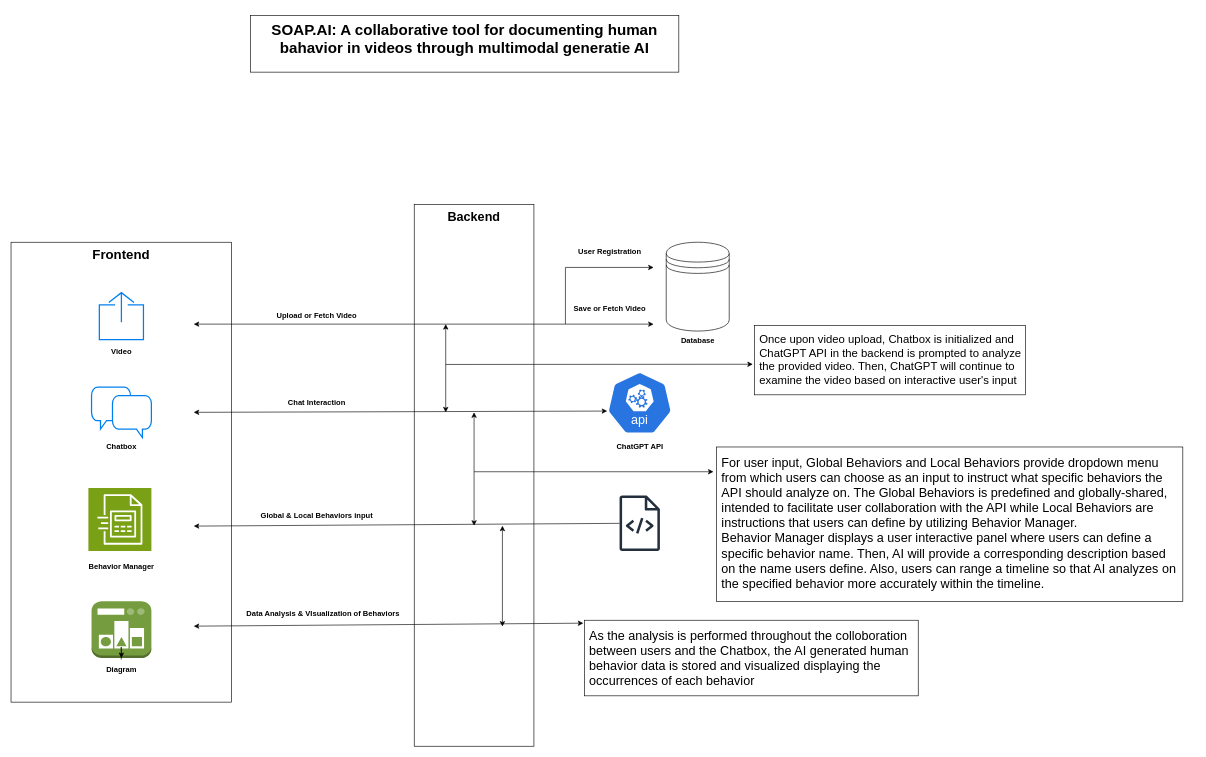
Above: diagram/demo.drawio in chris-sooseok/Xlab (draw.io), before the change. Source tidied: cells renumbered, new cells numbered last; positions are measured from the earlier drawing's top-left corner, leaving out a move shared by most shapes. Both pictures are drawn from the tidied source at 63%, with x=0, y=0 at pixel (11, 15).
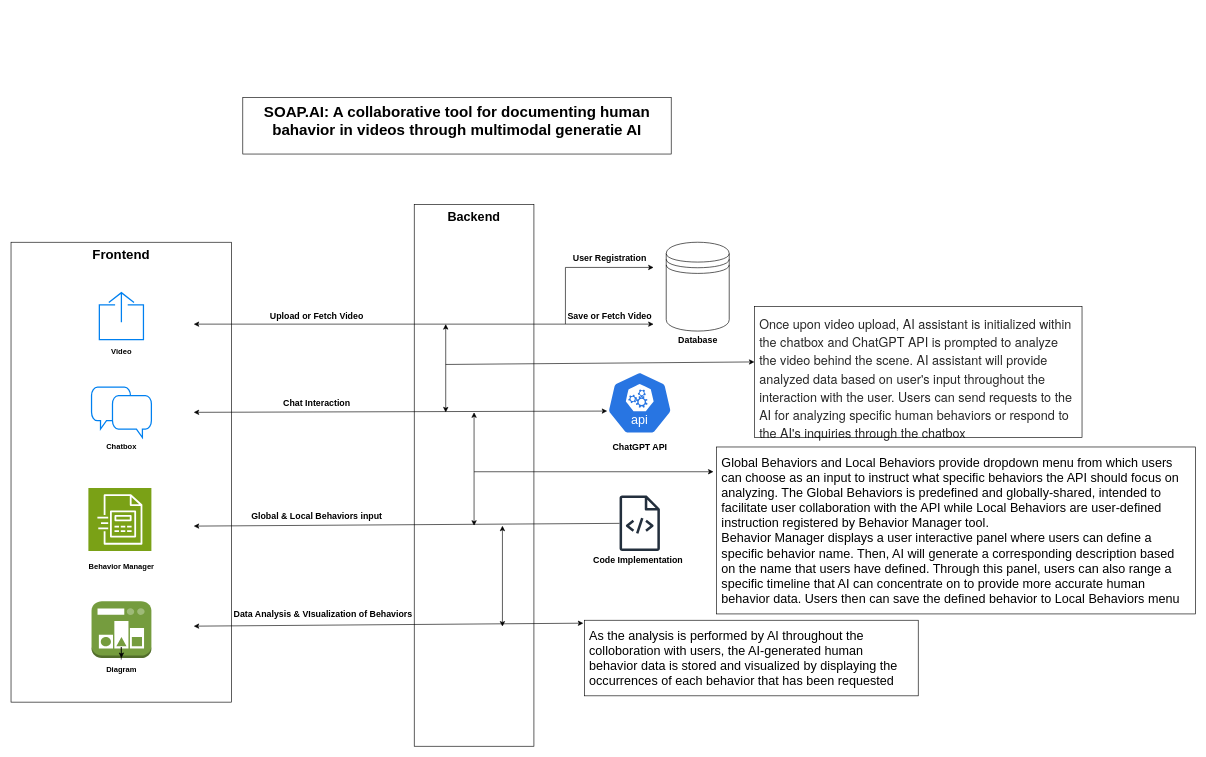
After the change.

Diff of the diagram source:
```diff
@@
-    <mxCell id="5" value="User Registration" style="text;html=1;align=center;verticalAlign=middle;strokeColor=none;fillColor=none;fontStyle=1;" parent="1" vertex="1">
-      <mxGeometry x="890" y="360" width="120" height="30" as="geometry" />
+    <mxCell id="5" value="User Registration" style="text;html=1;align=center;verticalAlign=middle;strokeColor=none;fillColor=none;fontStyle=1;fontSize=14;" parent="1" vertex="1">
+      <mxGeometry x="885" y="370" width="130" height="30" as="geometry" />
     </mxCell>
-    <mxCell id="6" value="Save or Fetch Video" style="text;html=1;align=center;verticalAlign=middle;strokeColor=none;fillColor=none;fontStyle=1;" parent="1" vertex="1">
-      <mxGeometry x="885" y="451" width="130" height="30" as="geometry" />
+    <mxCell id="6" value="Save or Fetch Video" style="text;html=1;align=center;verticalAlign=middle;strokeColor=none;fillColor=none;fontStyle=1;fontSize=14;" parent="1" vertex="1">
+      <mxGeometry x="875" y="462.2" width="150" height="30" as="geometry" />
     </mxCell>
-    <mxCell id="7" value="Upload or Fetch Video" style="text;html=1;align=center;verticalAlign=middle;strokeColor=none;fillColor=none;fontStyle=1;fontSize=12;" parent="1" vertex="1">
-      <mxGeometry x="415" y="462.2" width="140" height="30" as="geometry" />
+    <mxCell id="7" value="Upload or Fetch Video" style="text;html=1;align=center;verticalAlign=middle;strokeColor=none;fillColor=none;fontStyle=1;fontSize=14;" parent="1" vertex="1">
+      <mxGeometry x="405" y="462.2" width="160" height="30" as="geometry" />
     </mxCell>
@@
-    <mxCell id="9" value="Chat Interaction" style="text;html=1;align=center;verticalAlign=middle;strokeColor=none;fillColor=none;fontSize=12;fontStyle=1;" parent="1" vertex="1">
-      <mxGeometry x="430" y="600" width="110" height="30" as="geometry" />
+    <mxCell id="9" value="Chat Interaction" style="text;html=1;align=center;verticalAlign=middle;strokeColor=none;fillColor=none;fontSize=14;fontStyle=1;" parent="1" vertex="1">
+      <mxGeometry x="425" y="600" width="120" height="30" as="geometry" />
     </mxCell>
-    <mxCell id="10" value="Global &amp;amp; Local Behaviors input" style="text;html=1;align=center;verticalAlign=middle;strokeColor=none;fillColor=none;fontStyle=1;fontSize=12;" parent="1" vertex="1">
-      <mxGeometry x="390" y="780" width="190" height="30" as="geometry" />
+    <mxCell id="10" value="Global &amp;amp; Local Behaviors input" style="text;html=1;align=center;verticalAlign=middle;strokeColor=none;fillColor=none;fontStyle=1;fontSize=14;" parent="1" vertex="1">
+      <mxGeometry x="380" y="780" width="210" height="30" as="geometry" />
     </mxCell>
-    <mxCell id="11" value="Data Analysis &amp;amp; VIsualization of Behaviors" style="text;html=1;align=center;verticalAlign=middle;strokeColor=none;fillColor=none;fontStyle=1;fontSize=12;spacing=7;" parent="1" vertex="1">
-      <mxGeometry x="365" y="930" width="260" height="40" as="geometry" />
+    <mxCell id="11" value="Data Analysis &amp;amp; VIsualization of Behaviors" style="text;html=1;align=center;verticalAlign=middle;strokeColor=none;fillColor=none;fontStyle=1;fontSize=14;spacing=7;" parent="1" vertex="1">
+      <mxGeometry x="345" y="930" width="300" height="40" as="geometry" />
     </mxCell>
@@
-    <mxCell id="13" value="ChatGPT API" style="text;html=1;align=center;verticalAlign=middle;strokeColor=none;fillColor=none;fontStyle=1;" parent="1" vertex="1">
-      <mxGeometry x="947.9" y="670" width="100" height="30" as="geometry" />
+    <mxCell id="13" value="ChatGPT API" style="text;html=1;align=center;verticalAlign=middle;strokeColor=none;fillColor=none;fontStyle=1;fontSize=14;" parent="1" vertex="1">
+      <mxGeometry x="942.9" y="670" width="110" height="30" as="geometry" />
     </mxCell>
@@
-    <mxCell id="28" value="&lt;div style=&quot;font-size: 20px;&quot;&gt;&lt;span style=&quot;background-color: initial; font-size: 20px;&quot;&gt;For user input, Global Behaviors and Local Behaviors provide dropdown menu from which users can choose as an input to instruct what specific behaviors the API should analyze on. The Global Behaviors is predefined and globally-shared, intended to facilitate user collaboration with the API while&amp;nbsp;&lt;/span&gt;&lt;span style=&quot;background-color: initial;&quot;&gt;Local Behaviors are instructions that users can define by utilizing Behavior Manager.&lt;/span&gt;&lt;/div&gt;Behavior Manager displays a user interactive panel where users can define a specific behavior name. Then, AI will provide a corresponding description based on the name users define. Also, users can range a timeline so that AI analyzes on the specified behavior more accurately within the timeline." style="rounded=0;whiteSpace=wrap;html=1;spacing=8;verticalAlign=top;fontSize=20;align=left;" parent="1" vertex="1">
-      <mxGeometry x="1120" y="685" width="740" height="245" as="geometry" />
+    <mxCell id="28" value="&lt;div style=&quot;font-size: 20px;&quot;&gt;&lt;span style=&quot;background-color: initial; font-size: 20px;&quot;&gt;Global Behaviors and Local Behaviors provide dropdown menu from which users can choose as an input to instruct what specific behaviors the API should focus on analyzing. The Global Behaviors is predefined and globally-shared, intended to facilitate user collaboration with the API while&amp;nbsp;&lt;/span&gt;&lt;span style=&quot;background-color: initial;&quot;&gt;Local Behaviors are user-defined instruction registered by Behavior Manager tool.&lt;/span&gt;&lt;/div&gt;Behavior Manager displays a user interactive panel where users can define a specific behavior name. Then, AI will generate a corresponding description based on the name that users have defined. Through this panel, users can also range a specific timeline that AI can concentrate on to provide more accurate human behavior data. Users then can save the defined behavior to Local Behaviors menu" style="rounded=0;whiteSpace=wrap;html=1;spacing=8;verticalAlign=top;fontSize=20;align=left;" parent="1" vertex="1">
+      <mxGeometry x="1120" y="685" width="760" height="265" as="geometry" />
     </mxCell>
-    <mxCell id="29" value="As the analysis is performed throughout the colloboration between users and the Chatbox, the AI generated human behavior data is stored and visualized displaying the occurrences of each behavior" style="rounded=0;whiteSpace=wrap;html=1;verticalAlign=top;align=left;spacing=8;fontSize=20;" parent="1" vertex="1">
+    <mxCell id="29" value="As the analysis is performed by AI throughout the colloboration with users, the AI-generated human behavior data is stored and visualized by displaying the occurrences of each behavior that has been requested" style="rounded=0;whiteSpace=wrap;html=1;verticalAlign=top;align=left;spacing=8;fontSize=20;" parent="1" vertex="1">
       <mxGeometry x="910" y="960" width="530" height="120" as="geometry" />
     </mxCell>
-    <mxCell id="30" value="&lt;b&gt;Database&lt;/b&gt;" style="text;html=1;align=center;verticalAlign=middle;strokeColor=none;fillColor=none;" parent="1" vertex="1">
-      <mxGeometry x="1050" y="501" width="80" height="30" as="geometry" />
+    <mxCell id="30" value="&lt;b style=&quot;font-size: 14px;&quot;&gt;Database&lt;/b&gt;" style="text;html=1;align=center;verticalAlign=middle;strokeColor=none;fillColor=none;fontSize=14;" parent="1" vertex="1">
+      <mxGeometry x="1045" y="501" width="90" height="30" as="geometry" />
     </mxCell>
-    <mxCell id="31" value="Once upon video upload, Chatbox is initialized and ChatGPT API in the backend&amp;nbsp;&lt;span style=&quot;background-color: initial; font-size: 18px;&quot;&gt;is prompted to analyze the provided video. Then, ChatGPT will continue to examine the video based on interactive user's input&lt;/span&gt;&lt;div style=&quot;font-size: 18px;&quot;&gt;&lt;div style=&quot;font-size: 18px;&quot;&gt;&lt;div style=&quot;font-size: 18px;&quot;&gt;&lt;div style=&quot;font-size: 18px;&quot;&gt;&lt;br style=&quot;font-size: 18px;&quot;&gt;&lt;/div&gt;&lt;/div&gt;&lt;/div&gt;&lt;/div&gt;" style="rounded=0;whiteSpace=wrap;html=1;align=left;verticalAlign=top;fontSize=18;spacing=8;" parent="1" vertex="1">
-      <mxGeometry x="1180" y="492.2" width="430" height="110" as="geometry" />
-    </mxCell>
     <mxCell id="32" value="&lt;h1&gt;SOAP.AI: A collaborative tool for documenting human bahavior in videos through multimodal generatie AI&lt;/h1&gt;&lt;div&gt;&lt;br&gt;&lt;/div&gt;" style="rounded=0;whiteSpace=wrap;html=1;" parent="1" vertex="1">
-      <mxGeometry x="380" width="680" height="90" as="geometry" />
+      <mxGeometry x="367.9" y="130" width="680" height="90" as="geometry" />
     </mxCell>
@@
-    <mxCell id="34" style="endArrow=classic;html=1;rounded=0;entryX=-0.006;entryY=0.559;entryDx=0;entryDy=0;entryPerimeter=0;" parent="1" edge="1" target="31">
+    <mxCell id="34" style="endArrow=classic;html=1;rounded=0;" parent="1" edge="1">
       <mxGeometry relative="1" as="geometry">
         <mxPoint x="690" y="554" as="sourcePoint" />
+        <mxPoint x="1180" y="550" as="targetPoint" />
       </mxGeometry>
     </mxCell>
@@
+    <mxCell id="39" value="&lt;p class=&quot;p1&quot; style=&quot;margin: 0px; font-variant-numeric: normal; font-variant-east-asian: normal; font-variant-alternates: normal; font-size-adjust: none; font-kerning: auto; font-optical-sizing: auto; font-feature-settings: normal; font-variation-settings: normal; font-variant-position: normal; font-stretch: normal; font-size: 20px; line-height: normal; font-family: &amp;quot;Helvetica Neue&amp;quot;; color: rgba(0, 0, 0, 0.85);&quot;&gt;Once upon video upload, AI assistant is initialized within the chatbox and ChatGPT API is prompted to analyze the video behind the scene. AI assistant will provide analyzed data based on user's input throughout the interaction with the user. Users can send requests to the AI&lt;span class=&quot;Apple-converted-space&quot; style=&quot;font-size: 20px;&quot;&gt;&amp;nbsp;&lt;/span&gt;for analyzing specific human behaviors or respond to the AI's inquiries through the chatbox&lt;/p&gt;" style="rounded=0;whiteSpace=wrap;html=1;verticalAlign=top;fontSize=20;align=left;spacing=8;" parent="1" vertex="1">
+      <mxGeometry x="1180" y="462.2" width="520" height="207.8" as="geometry" />
+    </mxCell>
+    <mxCell id="40" value="&lt;b&gt;&lt;font style=&quot;font-size: 14px;&quot;&gt;Code Implementation&lt;/font&gt;&lt;/b&gt;" style="text;html=1;align=center;verticalAlign=middle;strokeColor=none;fillColor=none;" parent="1" vertex="1">
+      <mxGeometry x="910" y="850" width="170" height="30" as="geometry" />
+    </mxCell>
```
